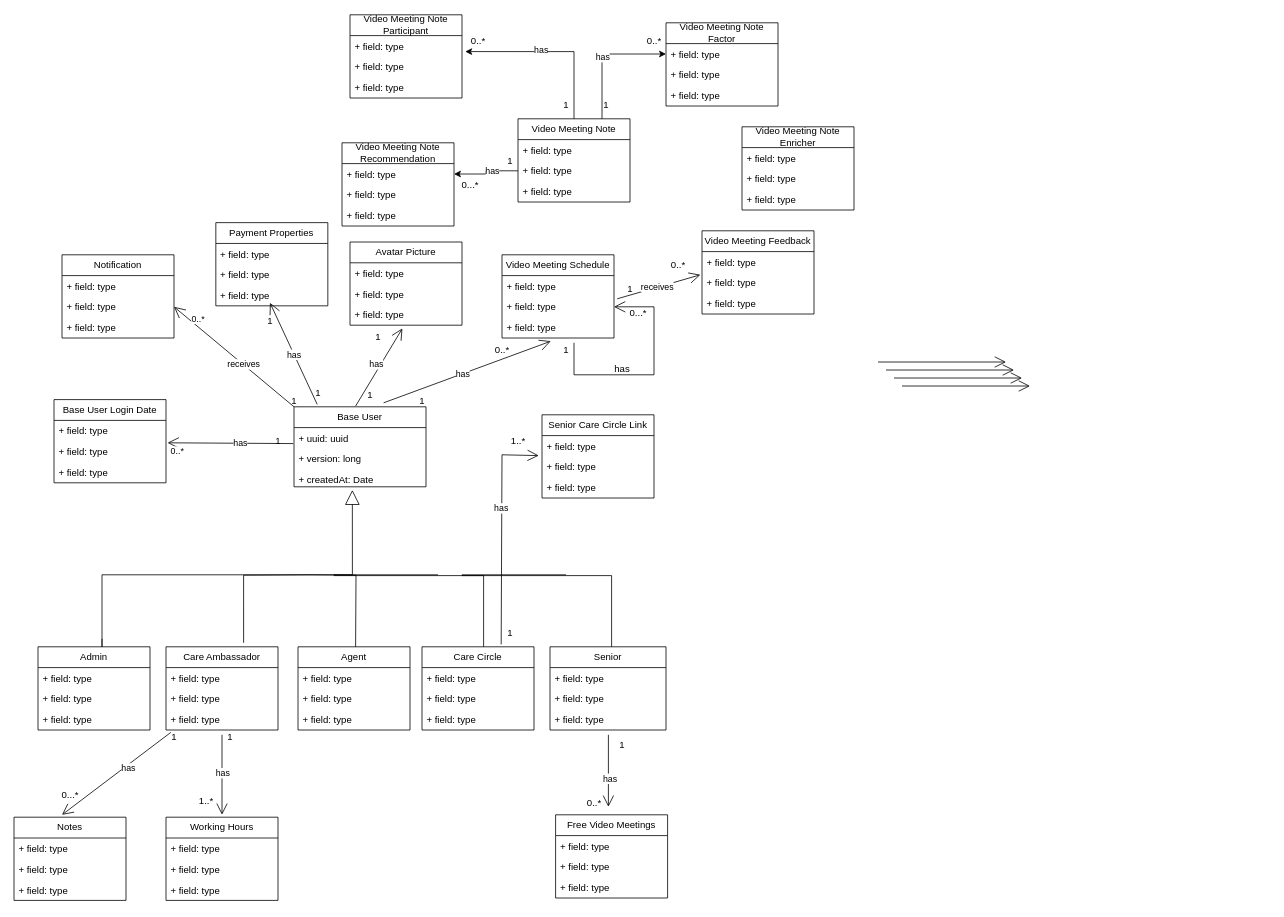
kasibkismath/systems-design keeps this draw.io diagram as momentra-class-diagram.drawio. Above is the earlier version. Source tidied: cells renumbered, new cells numbered last; positions are measured from the earlier drawing's top-left corner, leaving out a move shared by most shapes. Both pictures are drawn from the tidied source at 80%, with x=0, y=0 at pixel (14, 14).
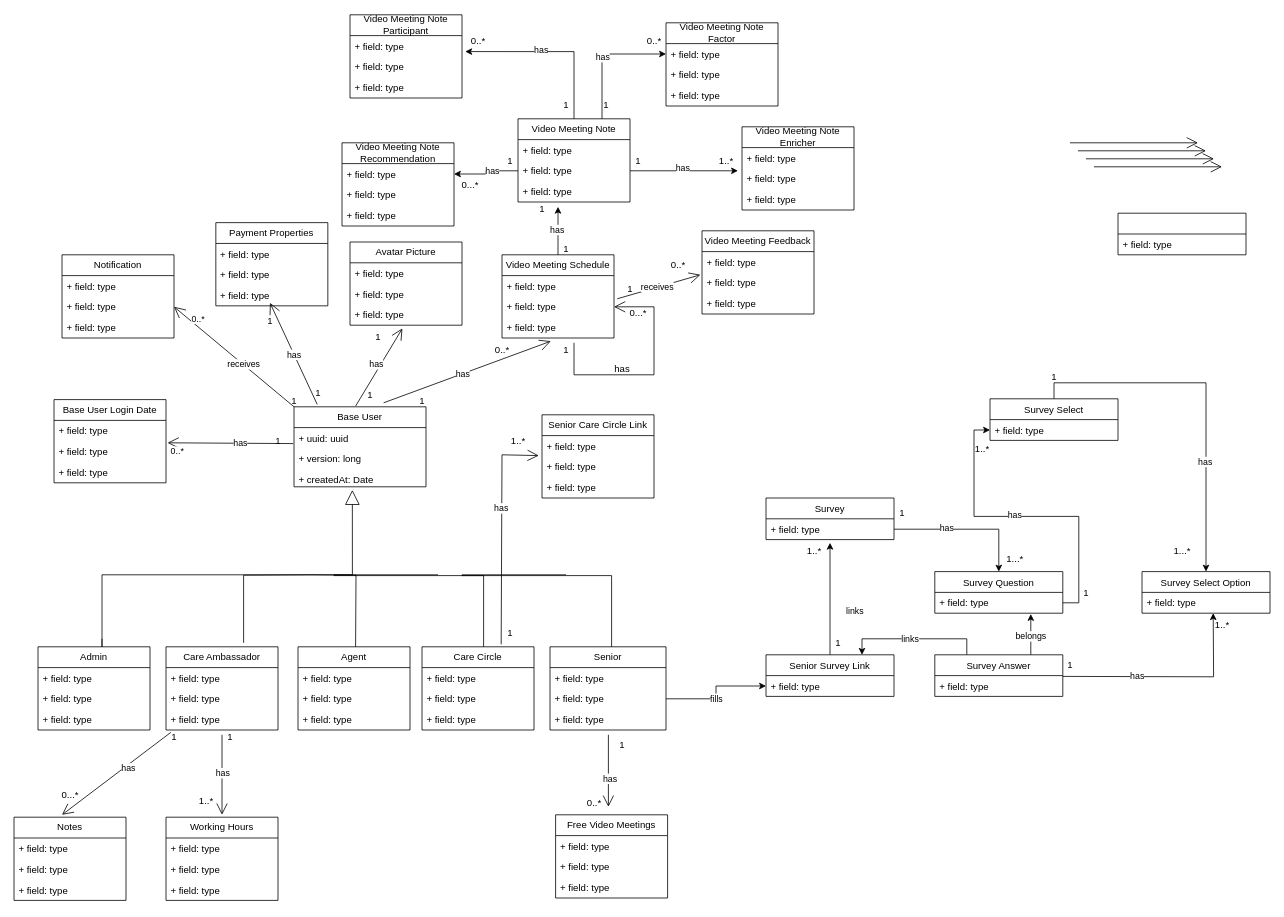
The same diagram, later.

Unchanged cells that the change refers to:
```xml
<mxCell id="32" value="+ field: type" style="text;strokeColor=none;fillColor=none;align=left;verticalAlign=top;spacingLeft=4;spacingRight=4;overflow=hidden;points=[[0,0.5],[1,0.5]];portConstraint=eastwest;whiteSpace=wrap;html=1;" parent="30" vertex="1">
  <mxGeometry y="52" width="145" height="26" as="geometry" />
</mxCell>
<mxCell id="67" value="Video Meeting Schedule" style="swimlane;fontStyle=0;horizontal=1;startSize=26;fillColor=none;whiteSpace=wrap;html=1;" parent="1" vertex="1">
  <mxGeometry x="610" y="300" width="140" height="104" as="geometry" />
</mxCell>
<mxCell id="122" value="+ field: type" style="text;strokeColor=none;fillColor=none;align=left;verticalAlign=top;spacingLeft=4;spacingRight=4;overflow=hidden;points=[[0,0.5],[1,0.5]];portConstraint=eastwest;whiteSpace=wrap;html=1;" parent="120" vertex="1">
  <mxGeometry y="52" width="140" height="26" as="geometry" />
</mxCell>
<mxCell id="136" value="+ field: type" style="text;strokeColor=none;fillColor=none;align=left;verticalAlign=top;spacingLeft=4;spacingRight=4;overflow=hidden;points=[[0,0.5],[1,0.5]];portConstraint=eastwest;whiteSpace=wrap;html=1;" parent="134" vertex="1">
  <mxGeometry y="52" width="140" height="26" as="geometry" />
</mxCell>
```

What changed in the source:
```diff
@@
+    <mxCell id="152" style="edgeStyle=orthogonalEdgeStyle;rounded=0;jettySize=auto;html=1;exitX=0.5;exitY=0;exitDx=0;exitDy=0;" parent="1" edge="1" source="67">
+      <mxGeometry relative="1" as="geometry">
+        <mxPoint x="680" y="240" as="targetPoint" />
+      </mxGeometry>
+    </mxCell>
+    <mxCell id="153" value="has" style="edgeLabel;html=1;align=center;verticalAlign=middle;" parent="152" vertex="1">
+      <mxGeometry x="-0.02" y="2" relative="1" as="geometry">
+        <mxPoint y="-2" as="offset" />
+      </mxGeometry>
+    </mxCell>
@@
     <mxCell id="138" style="endArrow=open;endFill=1;endSize=12;html=1;rounded=0;" parent="1" edge="1">
       <mxGeometry relative="1" as="geometry">
-        <mxPoint x="1080" y="434" as="sourcePoint" />
-        <mxPoint x="1240" y="434" as="targetPoint" />
+        <mxPoint x="1320" y="160" as="sourcePoint" />
+        <mxPoint x="1480" y="160" as="targetPoint" />
       </mxGeometry>
     </mxCell>
     <mxCell id="139" style="endArrow=open;endFill=1;endSize=12;html=1;rounded=0;" parent="1" edge="1">
       <mxGeometry relative="1" as="geometry">
-        <mxPoint x="1090" y="444" as="sourcePoint" />
-        <mxPoint x="1250" y="444" as="targetPoint" />
+        <mxPoint x="1330" y="170" as="sourcePoint" />
+        <mxPoint x="1490" y="170" as="targetPoint" />
       </mxGeometry>
     </mxCell>
     <mxCell id="140" style="endArrow=open;endFill=1;endSize=12;html=1;rounded=0;" parent="1" edge="1">
       <mxGeometry relative="1" as="geometry">
-        <mxPoint x="1100" y="454" as="sourcePoint" />
-        <mxPoint x="1260" y="454" as="targetPoint" />
+        <mxPoint x="1340" y="180" as="sourcePoint" />
+        <mxPoint x="1500" y="180" as="targetPoint" />
       </mxGeometry>
     </mxCell>
     <mxCell id="141" style="endArrow=open;endFill=1;endSize=12;html=1;rounded=0;" parent="1" edge="1">
       <mxGeometry relative="1" as="geometry">
-        <mxPoint x="1110" y="464" as="sourcePoint" />
-        <mxPoint x="1270" y="464" as="targetPoint" />
+        <mxPoint x="1350" y="190" as="sourcePoint" />
+        <mxPoint x="1510" y="190" as="targetPoint" />
       </mxGeometry>
     </mxCell>
@@
+    <mxCell id="154" style="edgeStyle=orthogonalEdgeStyle;rounded=0;jettySize=auto;html=1;exitX=1;exitY=0.5;exitDx=0;exitDy=0;entryX=-0.036;entryY=0.115;entryDx=0;entryDy=0;entryPerimeter=0;" parent="1" edge="1" source="136" target="122">
+      <mxGeometry relative="1" as="geometry" />
+    </mxCell>
+    <mxCell id="155" value="has" style="edgeLabel;html=1;align=center;verticalAlign=middle;" parent="154" vertex="1">
+      <mxGeometry x="-0.02" y="3" relative="1" as="geometry" />
+    </mxCell>
+    <mxCell id="156" value="1" style="text;html=1;align=center;verticalAlign=middle;strokeColor=none;fillColor=none;" parent="1" vertex="1">
+      <mxGeometry x="765" y="168" width="30" height="30" as="geometry" />
+    </mxCell>
+    <mxCell id="157" value="1..*" style="text;html=1;align=center;verticalAlign=middle;strokeColor=none;fillColor=none;" parent="1" vertex="1">
+      <mxGeometry x="870" y="168" width="40" height="30" as="geometry" />
+    </mxCell>
+    <mxCell id="158" value="&lt;span style=&quot;font-weight: normal;&quot;&gt;Survey&lt;/span&gt;" style="swimlane;fontStyle=1;align=center;verticalAlign=top;horizontal=1;startSize=26;whiteSpace=wrap;html=1;" parent="1" vertex="1">
+      <mxGeometry x="940" y="604" width="160" height="52" as="geometry" />
+    </mxCell>
+    <mxCell id="159" value="+ field: type" style="text;strokeColor=none;fillColor=none;align=left;verticalAlign=top;spacingLeft=4;spacingRight=4;overflow=hidden;points=[[0,0.5],[1,0.5]];portConstraint=eastwest;whiteSpace=wrap;html=1;" parent="158" vertex="1">
+      <mxGeometry y="26" width="160" height="26" as="geometry" />
+    </mxCell>
+    <mxCell id="160" style="swimlane;fontStyle=1;align=center;verticalAlign=top;horizontal=1;startSize=26;whiteSpace=wrap;html=1;" parent="1" vertex="1">
+      <mxGeometry x="1380" y="248" width="160" height="52" as="geometry" />
+    </mxCell>
+    <mxCell id="161" value="+ field: type" style="text;strokeColor=none;fillColor=none;align=left;verticalAlign=top;spacingLeft=4;spacingRight=4;overflow=hidden;whiteSpace=wrap;html=1;" parent="160" vertex="1">
+      <mxGeometry y="26" width="160" height="26" as="geometry" />
+    </mxCell>
+    <mxCell id="162" style="edgeStyle=orthogonalEdgeStyle;rounded=0;jettySize=auto;html=1;exitX=0.5;exitY=0;exitDx=0;exitDy=0;entryX=0.5;entryY=0;entryDx=0;entryDy=0;" parent="1" edge="1" source="164" target="168">
+      <mxGeometry relative="1" as="geometry" />
+    </mxCell>
+    <mxCell id="163" value="has" style="edgeLabel;html=1;align=center;verticalAlign=middle;" parent="162" vertex="1">
+      <mxGeometry x="0.38" y="-2" relative="1" as="geometry" />
+    </mxCell>
+    <mxCell id="164" value="&lt;span style=&quot;font-weight: normal;&quot;&gt;Survey Select&lt;/span&gt;" style="swimlane;fontStyle=1;align=center;verticalAlign=top;horizontal=1;startSize=26;whiteSpace=wrap;html=1;" parent="1" vertex="1">
+      <mxGeometry x="1220" y="480" width="160" height="52" as="geometry" />
+    </mxCell>
+    <mxCell id="165" value="+ field: type" style="text;strokeColor=none;fillColor=none;align=left;verticalAlign=top;spacingLeft=4;spacingRight=4;overflow=hidden;points=[[0,0.5],[1,0.5]];portConstraint=eastwest;whiteSpace=wrap;html=1;" parent="164" vertex="1">
+      <mxGeometry y="26" width="160" height="26" as="geometry" />
+    </mxCell>
+    <mxCell id="166" value="&lt;span style=&quot;font-weight: normal;&quot;&gt;Survey Question&lt;/span&gt;" style="swimlane;fontStyle=1;align=center;verticalAlign=top;horizontal=1;startSize=26;whiteSpace=wrap;html=1;" parent="1" vertex="1">
+      <mxGeometry x="1151" y="696" width="160" height="52" as="geometry" />
+    </mxCell>
+    <mxCell id="167" value="+ field: type" style="text;strokeColor=none;fillColor=none;align=left;verticalAlign=top;spacingLeft=4;spacingRight=4;overflow=hidden;points=[[0,0.5],[1,0.5]];portConstraint=eastwest;whiteSpace=wrap;html=1;" parent="166" vertex="1">
+      <mxGeometry y="26" width="160" height="26" as="geometry" />
+    </mxCell>
+    <mxCell id="168" value="&lt;span style=&quot;font-weight: normal;&quot;&gt;Survey Select Option&lt;/span&gt;" style="swimlane;fontStyle=1;align=center;verticalAlign=top;horizontal=1;startSize=26;whiteSpace=wrap;html=1;" parent="1" vertex="1">
+      <mxGeometry x="1410" y="696" width="160" height="52" as="geometry" />
+    </mxCell>
+    <mxCell id="169" value="+ field: type" style="text;strokeColor=none;fillColor=none;align=left;verticalAlign=top;spacingLeft=4;spacingRight=4;overflow=hidden;whiteSpace=wrap;html=1;" parent="168" vertex="1">
+      <mxGeometry y="26" width="160" height="26" as="geometry" />
+    </mxCell>
+    <mxCell id="170" style="edgeStyle=orthogonalEdgeStyle;rounded=0;jettySize=auto;html=1;exitX=0.75;exitY=0;exitDx=0;exitDy=0;entryX=0.75;entryY=1.038;entryDx=0;entryDy=0;entryPerimeter=0;" parent="1" edge="1" source="174" target="167">
+      <mxGeometry relative="1" as="geometry" />
+    </mxCell>
+    <mxCell id="171" value="belongs" style="edgeLabel;html=1;align=center;verticalAlign=middle;" parent="170" vertex="1">
+      <mxGeometry x="-0.06" y="1" relative="1" as="geometry" />
+    </mxCell>
+    <mxCell id="172" style="edgeStyle=orthogonalEdgeStyle;rounded=0;jettySize=auto;html=1;exitX=0.25;exitY=0;exitDx=0;exitDy=0;entryX=0.75;entryY=0;entryDx=0;entryDy=0;" parent="1" edge="1" source="174" target="178">
+      <mxGeometry relative="1" as="geometry" />
+    </mxCell>
+    <mxCell id="173" value="links" style="edgeLabel;html=1;align=center;verticalAlign=middle;" parent="172" vertex="1">
+      <mxGeometry x="0.08" relative="1" as="geometry" />
+    </mxCell>
+    <mxCell id="174" value="&lt;span style=&quot;font-weight: normal;&quot;&gt;Survey Answer&lt;/span&gt;" style="swimlane;fontStyle=1;align=center;verticalAlign=top;horizontal=1;startSize=26;whiteSpace=wrap;html=1;" parent="1" vertex="1">
+      <mxGeometry x="1151" y="800" width="160" height="52" as="geometry" />
+    </mxCell>
+    <mxCell id="175" value="+ field: type" style="text;strokeColor=none;fillColor=none;align=left;verticalAlign=top;spacingLeft=4;spacingRight=4;overflow=hidden;whiteSpace=wrap;html=1;" parent="174" vertex="1">
+      <mxGeometry y="26" width="160" height="26" as="geometry" />
+    </mxCell>
+    <mxCell id="176" style="edgeStyle=orthogonalEdgeStyle;rounded=0;jettySize=auto;html=1;exitX=0.5;exitY=0;exitDx=0;exitDy=0;" parent="1" edge="1" source="178">
+      <mxGeometry relative="1" as="geometry">
+        <mxPoint x="1020" y="660" as="targetPoint" />
+      </mxGeometry>
+    </mxCell>
+    <mxCell id="177" value="links" style="edgeLabel;html=1;align=center;verticalAlign=middle;" parent="176" vertex="1">
+      <mxGeometry x="-0.16" relative="1" as="geometry">
+        <mxPoint x="30" y="3" as="offset" />
+      </mxGeometry>
+    </mxCell>
+    <mxCell id="178" value="&lt;span style=&quot;font-weight: normal;&quot;&gt;Senior Survey Link&lt;/span&gt;" style="swimlane;fontStyle=1;align=center;verticalAlign=top;horizontal=1;startSize=26;whiteSpace=wrap;html=1;" parent="1" vertex="1">
+      <mxGeometry x="940" y="800" width="160" height="52" as="geometry" />
+    </mxCell>
+    <mxCell id="179" value="+ field: type" style="text;strokeColor=none;fillColor=none;align=left;verticalAlign=top;spacingLeft=4;spacingRight=4;overflow=hidden;points=[[0,0.5],[1,0.5]];portConstraint=eastwest;whiteSpace=wrap;html=1;" parent="178" vertex="1">
+      <mxGeometry y="26" width="160" height="26" as="geometry" />
+    </mxCell>
+    <mxCell id="180" style="edgeStyle=orthogonalEdgeStyle;rounded=0;jettySize=auto;html=1;exitX=1;exitY=0.5;exitDx=0;exitDy=0;entryX=0;entryY=0.5;entryDx=0;entryDy=0;" parent="1" edge="1" source="32" target="179">
+      <mxGeometry relative="1" as="geometry" />
+    </mxCell>
+    <mxCell id="181" value="fills" style="edgeLabel;html=1;align=center;verticalAlign=middle;" parent="180" vertex="1">
+      <mxGeometry x="-0.1" y="1" relative="1" as="geometry">
+        <mxPoint x="1" as="offset" />
+      </mxGeometry>
+    </mxCell>
+    <mxCell id="182" style="edgeStyle=orthogonalEdgeStyle;rounded=0;jettySize=auto;html=1;exitX=1;exitY=0.5;exitDx=0;exitDy=0;entryX=0;entryY=0.5;entryDx=0;entryDy=0;" parent="1" edge="1" source="167" target="165">
+      <mxGeometry relative="1" as="geometry" />
+    </mxCell>
+    <mxCell id="183" value="has" style="edgeLabel;html=1;align=center;verticalAlign=middle;" parent="182" vertex="1">
+      <mxGeometry x="0.08" y="-2" relative="1" as="geometry" />
+    </mxCell>
+    <mxCell id="184" style="edgeStyle=orthogonalEdgeStyle;rounded=0;jettySize=auto;html=1;exitX=1;exitY=0.5;exitDx=0;exitDy=0;" parent="1" edge="1" source="159" target="166">
+      <mxGeometry relative="1" as="geometry" />
+    </mxCell>
+    <mxCell id="185" value="has" style="edgeLabel;html=1;align=center;verticalAlign=middle;" parent="184" vertex="1">
+      <mxGeometry x="-0.29" y="2" relative="1" as="geometry" />
+    </mxCell>
+    <mxCell id="186" style="edgeStyle=orthogonalEdgeStyle;rounded=0;orthogonalLoop=1;jettySize=auto;html=1;exitX=0.5;exitY=0;exitDx=0;exitDy=0;entryX=0.556;entryY=1.115;entryDx=0;entryDy=0;entryPerimeter=0;" parent="1" edge="1">
+      <mxGeometry relative="1" as="geometry">
+        <mxPoint x="1311" y="827" as="sourcePoint" />
+        <mxPoint x="1499" y="748" as="targetPoint" />
+      </mxGeometry>
+    </mxCell>
+    <mxCell id="187" value="has" style="edgeLabel;html=1;align=center;verticalAlign=middle;" parent="186" vertex="1">
+      <mxGeometry x="-0.31" y="1" relative="1" as="geometry" />
+    </mxCell>
+    <mxCell id="188" value="1" style="text;html=1;align=center;verticalAlign=middle;strokeColor=none;fillColor=none;" parent="1" vertex="1">
+      <mxGeometry x="645" y="228" width="30" height="30" as="geometry" />
+    </mxCell>
+    <mxCell id="189" value="1" style="text;html=1;align=center;verticalAlign=middle;strokeColor=none;fillColor=none;" parent="1" vertex="1">
+      <mxGeometry x="675" y="278" width="30" height="30" as="geometry" />
+    </mxCell>
+    <mxCell id="190" value="1..*" style="text;html=1;align=center;verticalAlign=middle;strokeColor=none;fillColor=none;" parent="1" vertex="1">
+      <mxGeometry x="980" y="656" width="40" height="30" as="geometry" />
+    </mxCell>
+    <mxCell id="191" value="1" style="text;html=1;align=center;verticalAlign=middle;strokeColor=none;fillColor=none;" parent="1" vertex="1">
+      <mxGeometry x="1015" y="771.4" width="30" height="30" as="geometry" />
+    </mxCell>
+    <mxCell id="192" value="1" style="text;html=1;align=center;verticalAlign=middle;strokeColor=none;fillColor=none;" parent="1" vertex="1">
+      <mxGeometry x="1095" y="608" width="30" height="30" as="geometry" />
+    </mxCell>
+    <mxCell id="193" value="1...*" style="text;html=1;align=center;verticalAlign=middle;strokeColor=none;fillColor=none;" parent="1" vertex="1">
+      <mxGeometry x="1231" y="666" width="40" height="30" as="geometry" />
+    </mxCell>
+    <mxCell id="194" value="1" style="text;html=1;align=center;verticalAlign=middle;strokeColor=none;fillColor=none;" parent="1" vertex="1">
+      <mxGeometry x="1325" y="708" width="30" height="30" as="geometry" />
+    </mxCell>
+    <mxCell id="195" value="1..*" style="text;html=1;align=center;verticalAlign=middle;strokeColor=none;fillColor=none;" parent="1" vertex="1">
+      <mxGeometry x="1190" y="528" width="40" height="30" as="geometry" />
+    </mxCell>
+    <mxCell id="196" value="1" style="text;html=1;align=center;verticalAlign=middle;strokeColor=none;fillColor=none;" parent="1" vertex="1">
+      <mxGeometry x="1285" y="438" width="30" height="30" as="geometry" />
+    </mxCell>
+    <mxCell id="197" value="1...*" style="text;html=1;align=center;verticalAlign=middle;strokeColor=none;fillColor=none;" parent="1" vertex="1">
+      <mxGeometry x="1440" y="656" width="40" height="30" as="geometry" />
+    </mxCell>
+    <mxCell id="198" value="1" style="text;html=1;align=center;verticalAlign=middle;strokeColor=none;fillColor=none;" parent="1" vertex="1">
+      <mxGeometry x="1305" y="798" width="30" height="30" as="geometry" />
+    </mxCell>
+    <mxCell id="199" value="1..*" style="text;html=1;align=center;verticalAlign=middle;strokeColor=none;fillColor=none;" parent="1" vertex="1">
+      <mxGeometry x="1490" y="748" width="40" height="30" as="geometry" />
+    </mxCell>
```
